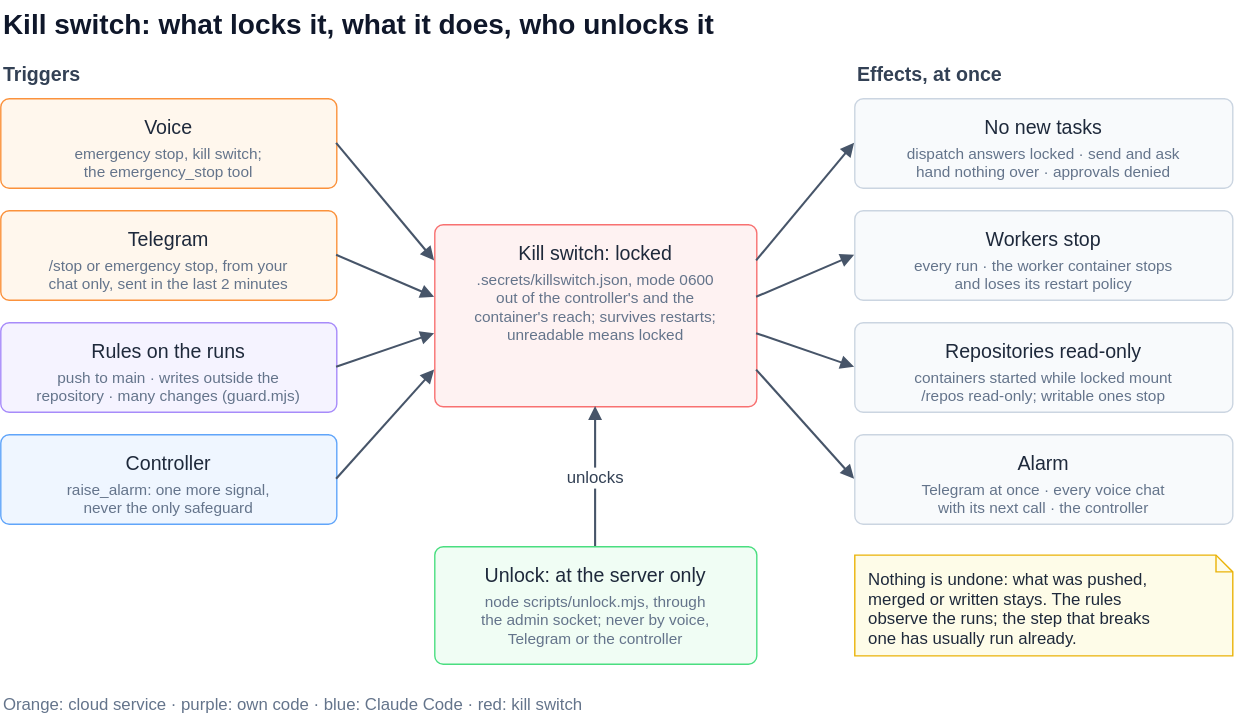
The draw.io diagram docs/killswitch.drawio.svg in alderg/cc-voice-gateway, before a commit. Source tidied: cells renumbered, new cells last; positions are measured from the earlier drawing's top-left corner, leaving out a move shared by most shapes.
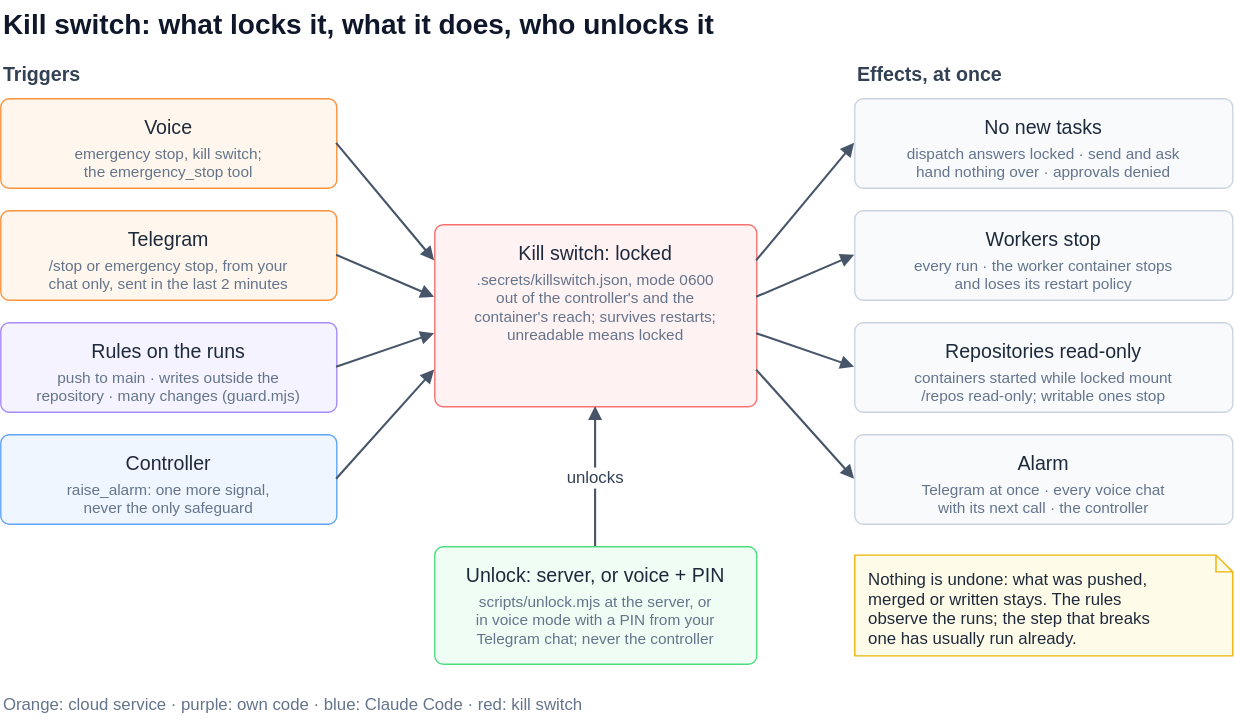
After the commit.

What changed in the source:
```diff
@@ -65,10 +65,10 @@
     <mxCell id="22" value="Telegram at once · every voice chat&#10;with its next call · the controller" style="text;html=0;fontSize=11;fontColor=#64748B;align=center;verticalAlign=top;spacing=0;strokeColor=none;fillColor=none;" parent="21" vertex="1">
       <mxGeometry y="28.7" width="270" height="26.4" as="geometry" />
     </mxCell>
-    <mxCell id="23" value="Unlock: at the server only" style="rounded=1;html=0;fontSize=14;fillColor=#F0FDF4;strokeColor=#4ADE80;fontStyle=0;verticalAlign=top;spacingTop=6.9;strokeWidth=1;absoluteArcSize=1;arcSize=12;fontColor=#1E293B;" parent="1" vertex="1">
+    <mxCell id="23" value="Unlock: server, or voice + PIN" style="rounded=1;html=0;fontSize=14;fillColor=#F0FDF4;strokeColor=#4ADE80;fontStyle=0;verticalAlign=top;spacingTop=6.9;strokeWidth=1;absoluteArcSize=1;arcSize=12;fontColor=#1E293B;" parent="1" vertex="1">
       <mxGeometry x="310" y="390" width="230" height="84" as="geometry" />
     </mxCell>
-    <mxCell id="24" value="node scripts/unlock.mjs, through&#10;the admin socket; never by voice,&#10;Telegram or the controller" style="text;html=0;fontSize=11;fontColor=#64748B;align=center;verticalAlign=top;spacing=0;strokeColor=none;fillColor=none;" parent="23" vertex="1">
+    <mxCell id="24" value="scripts/unlock.mjs at the server, or&#10;in voice mode with a PIN from your&#10;Telegram chat; never the controller" style="text;html=0;fontSize=11;fontColor=#64748B;align=center;verticalAlign=top;spacing=0;strokeColor=none;fillColor=none;" parent="23" vertex="1">
       <mxGeometry y="28.7" width="230" height="39.6" as="geometry" />
     </mxCell>
     <mxCell id="25" value="Nothing is undone: what was pushed,&#10;merged or written stays. The rules&#10;observe the runs; the step that breaks&#10;one has usually run already." style="shape=note;size=12;html=0;fontSize=12;align=left;verticalAlign=top;spacingLeft=8;spacingTop=4;fillColor=#FEFCE8;strokeColor=#EAB308;strokeWidth=1;fontColor=#1E293B;" parent="1" vertex="1">
```
